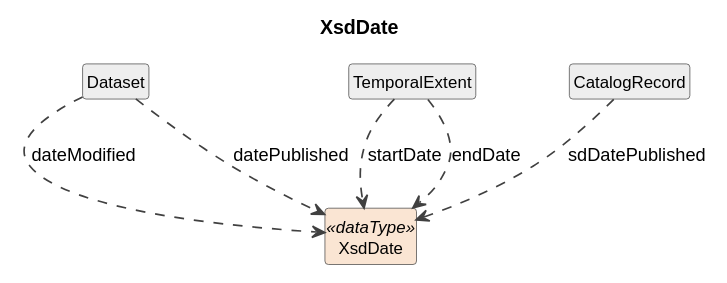
Above: cdif-uml-model/DataDescriptionWithStructure/DataTypes/XsdDate.svg in Cross-Domain-Interoperability-Framework/metadataBuildingBlocks (PlantUML), before the change.
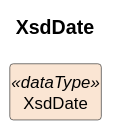
The same diagram one commit later.

Diff of the diagram source:
```diff
@@ -11,12 +11,4 @@
 }
 
 class "XsdDate" as XsdDate <<dataType>> #FAE5D3
-class "Dataset" as Dataset #EEEEEE
-Dataset ..> XsdDate : dateModified
-Dataset ..> XsdDate : datePublished
-class "TemporalExtent" as TemporalExtent #EEEEEE
-TemporalExtent ..> XsdDate : startDate
-TemporalExtent ..> XsdDate : endDate
-class "CatalogRecord" as CatalogRecord #EEEEEE
-CatalogRecord ..> XsdDate : sdDatePublished
 @enduml
```
